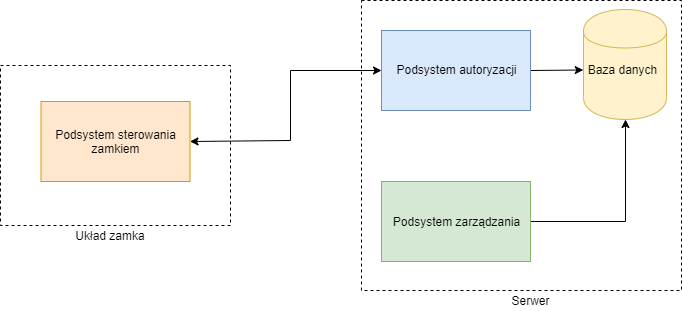
This is docs/chapters/images/hl-arch3.png from adapiekarska/centralized-lock-system, a draw.io export, as it was before one commit. Source tidied: cells renumbered, new cells last; positions are measured from the earlier drawing's top-left corner, leaving out a move shared by most shapes.
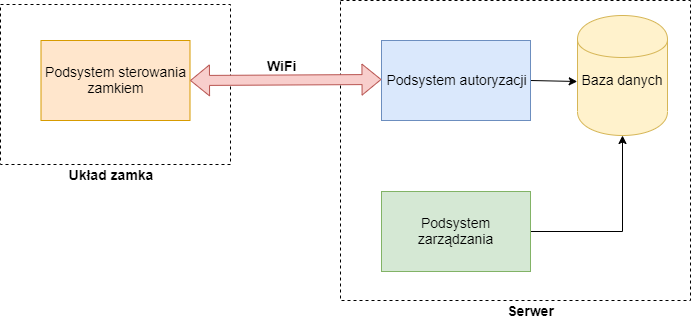
After the commit.

What changed in the source:
```diff
@@ -2,57 +2,47 @@
   <root>
     <mxCell id="0" />
     <mxCell id="1" parent="0" />
-    <mxCell id="2" style="rounded=0;whiteSpace=wrap;html=1;dashed=1;" parent="1" vertex="1">
-      <mxGeometry x="361" width="320" height="290" as="geometry" />
+    <mxCell id="2" style="rounded=0;whiteSpace=wrap;html=1;dashed=1;fontSize=14;" parent="1" vertex="1">
+      <mxGeometry x="340" y="-10" width="350" height="300" as="geometry" />
     </mxCell>
-    <mxCell id="3" style="shape=cylinder;whiteSpace=wrap;html=1;boundedLbl=1;backgroundOutline=1;fillColor=#fff2cc;strokeColor=#d6b656;" parent="1" vertex="1">
-      <mxGeometry x="583" y="9" width="83" height="110" as="geometry" />
+    <mxCell id="3" style="shape=cylinder;whiteSpace=wrap;html=1;boundedLbl=1;backgroundOutline=1;fillColor=#fff2cc;strokeColor=#d6b656;fontSize=14;" parent="1" vertex="1">
+      <mxGeometry x="577" y="5" width="90" height="120" as="geometry" />
     </mxCell>
-    <mxCell id="4" style="rounded=0;whiteSpace=wrap;html=1;dashed=1;" parent="1" vertex="1">
-      <mxGeometry y="65" width="230" height="160" as="geometry" />
+    <mxCell id="4" style="rounded=0;whiteSpace=wrap;html=1;dashed=1;fontSize=14;" parent="1" vertex="1">
+      <mxGeometry y="-6" width="230" height="160" as="geometry" />
     </mxCell>
-    <mxCell id="5" style="endArrow=classic;startArrow=none;html=1;entryX=-0.003;entryY=0.55;entryDx=0;entryDy=0;exitX=1;exitY=0.5;exitDx=0;exitDy=0;entryPerimeter=0;startFill=0;" parent="1" edge="1" source="11" target="3">
+    <mxCell id="5" style="endArrow=classic;startArrow=none;html=1;entryX=-0.003;entryY=0.55;entryDx=0;entryDy=0;exitX=1;exitY=0.5;exitDx=0;exitDy=0;entryPerimeter=0;startFill=0;fontSize=14;" parent="1" edge="1" source="11" target="3">
       <mxGeometry relative="1" as="geometry" />
     </mxCell>
-    <mxCell id="6" value="Baza danych" style="text;html=1;strokeColor=none;fillColor=none;align=center;verticalAlign=middle;whiteSpace=wrap;rounded=0;" parent="1" vertex="1">
+    <mxCell id="6" value="Baza danych" style="text;html=1;strokeColor=none;fillColor=none;align=center;verticalAlign=middle;whiteSpace=wrap;rounded=0;fontSize=14;" parent="1" vertex="1">
       <mxGeometry x="577" y="59" width="89" height="20" as="geometry" />
     </mxCell>
-    <mxCell id="7" value="Serwer" style="text;html=1;strokeColor=none;fillColor=none;align=center;verticalAlign=middle;whiteSpace=wrap;rounded=0;" parent="1" vertex="1">
+    <mxCell id="7" value="Serwer" style="text;html=1;strokeColor=none;fillColor=none;align=center;verticalAlign=middle;whiteSpace=wrap;rounded=0;fontStyle=1;fontSize=14;" parent="1" vertex="1">
       <mxGeometry x="470" y="290" width="120" height="20" as="geometry" />
     </mxCell>
-    <mxCell id="8" style="endArrow=classic;html=1;entryX=1;entryY=0.5;entryDx=0;entryDy=0;" parent="1" edge="1" target="15">
-      <mxGeometry relative="1" as="geometry">
-        <mxPoint x="290" y="140" as="sourcePoint" />
-      </mxGeometry>
-    </mxCell>
-    <mxCell id="9" style="endArrow=none;html=1;" parent="1" edge="1">
-      <mxGeometry relative="1" as="geometry">
-        <mxPoint x="290" y="70" as="sourcePoint" />
-        <mxPoint x="290" y="140" as="targetPoint" />
-      </mxGeometry>
-    </mxCell>
-    <mxCell id="10" style="endArrow=classic;html=1;entryX=0;entryY=0.5;entryDx=0;entryDy=0;" parent="1" edge="1" target="11">
-      <mxGeometry relative="1" as="geometry">
-        <mxPoint x="290" y="70" as="sourcePoint" />
-      </mxGeometry>
-    </mxCell>
-    <mxCell id="11" style="rounded=0;whiteSpace=wrap;html=1;fillColor=#dae8fc;strokeColor=#6c8ebf;" parent="1" vertex="1">
+    <mxCell id="11" style="rounded=0;whiteSpace=wrap;html=1;fillColor=#dae8fc;strokeColor=#6c8ebf;fontSize=14;" parent="1" vertex="1">
       <mxGeometry x="381" y="30" width="149" height="80" as="geometry" />
     </mxCell>
-    <mxCell id="12" value="Podsystem autoryzacji" style="text;html=1;strokeColor=none;fillColor=none;align=center;verticalAlign=middle;whiteSpace=wrap;rounded=0;" parent="1" vertex="1">
+    <mxCell id="12" value="Podsystem autoryzacji" style="text;html=1;strokeColor=none;fillColor=none;align=center;verticalAlign=middle;whiteSpace=wrap;rounded=0;fontSize=14;" parent="1" vertex="1">
       <mxGeometry x="381" y="54" width="149" height="30" as="geometry" />
     </mxCell>
-    <mxCell id="13" style="edgeStyle=orthogonalEdgeStyle;rounded=0;jettySize=auto;html=1;entryX=0.5;entryY=1;entryDx=0;entryDy=0;" parent="1" edge="1" source="14" target="3">
+    <mxCell id="13" style="edgeStyle=orthogonalEdgeStyle;rounded=0;jettySize=auto;html=1;entryX=0.5;entryY=1;entryDx=0;entryDy=0;fontSize=14;" parent="1" edge="1" source="14" target="3">
       <mxGeometry relative="1" as="geometry" />
     </mxCell>
-    <mxCell id="14" value="Podsystem zarządzania" style="rounded=0;whiteSpace=wrap;html=1;fillColor=#d5e8d4;strokeColor=#82b366;" parent="1" vertex="1">
+    <mxCell id="14" value="Podsystem zarządzania" style="rounded=0;whiteSpace=wrap;html=1;fillColor=#d5e8d4;strokeColor=#82b366;fontSize=14;" parent="1" vertex="1">
       <mxGeometry x="381" y="181" width="149" height="80" as="geometry" />
     </mxCell>
-    <mxCell id="15" value="Podsystem sterowania zamkiem" style="rounded=0;whiteSpace=wrap;html=1;fillColor=#ffe6cc;strokeColor=#d79b00;" parent="1" vertex="1">
-      <mxGeometry x="40.5" y="101" width="149" height="80" as="geometry" />
+    <mxCell id="15" value="Podsystem sterowania zamkiem" style="rounded=0;whiteSpace=wrap;html=1;fillColor=#ffe6cc;strokeColor=#d79b00;fontSize=14;" parent="1" vertex="1">
+      <mxGeometry x="40.5" y="30" width="149" height="80" as="geometry" />
     </mxCell>
-    <mxCell id="16" value="Układ zamka" style="text;html=1;strokeColor=none;fillColor=none;align=center;verticalAlign=middle;whiteSpace=wrap;rounded=0;" parent="1" vertex="1">
-      <mxGeometry x="50" y="225" width="120" height="20" as="geometry" />
+    <mxCell id="16" value="Układ zamka" style="text;html=1;strokeColor=none;fillColor=none;align=center;verticalAlign=middle;whiteSpace=wrap;rounded=0;fontStyle=1;fontSize=14;" parent="1" vertex="1">
+      <mxGeometry x="50" y="154" width="120" height="20" as="geometry" />
     </mxCell>
+    <mxCell id="17" style="shape=flexArrow;endArrow=classic;startArrow=classic;html=1;fontSize=14;exitX=1;exitY=0.5;exitDx=0;exitDy=0;entryX=0;entryY=0.5;entryDx=0;entryDy=0;fillColor=#f8cecc;strokeColor=#b85450;" parent="1" edge="1" source="15" target="12">
+      <mxGeometry relative="1" as="geometry" />
+    </mxCell>
+    <mxCell id="18" value="&lt;b&gt;WiFi&lt;/b&gt;" style="text;html=1;align=left;verticalAlign=top;spacingTop=-4;fontSize=14;" parent="1" vertex="1">
+      <mxGeometry x="265" y="45" width="50" height="20" as="geometry" />
+    </mxCell>
   </root>
 </mxGraphModel>
```
